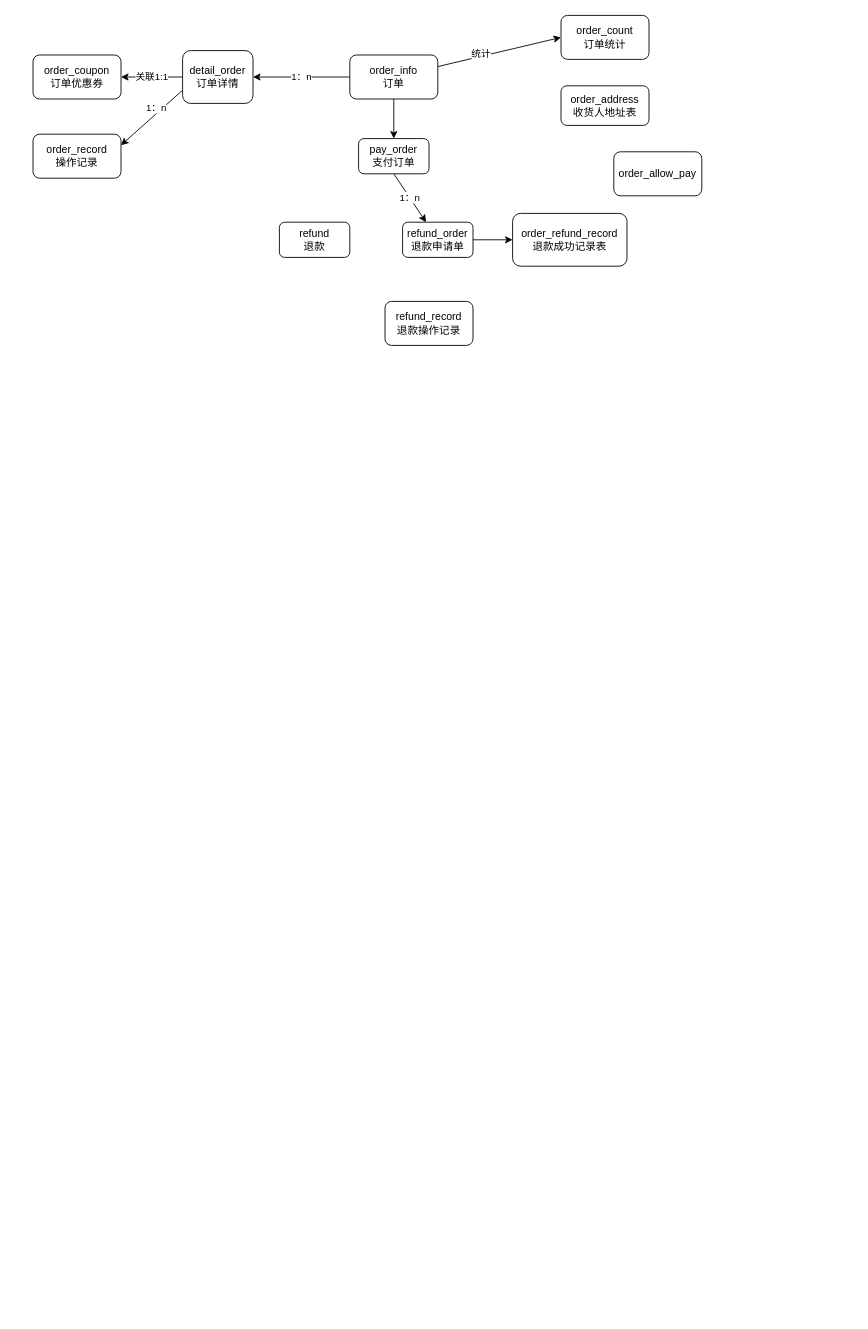
Above: work/order-center.drawio in yoghurt326/Myprocess (draw.io), before the change. Source tidied: cells renumbered, new cells numbered last; positions are measured from the earlier drawing's top-left corner, leaving out a move shared by most shapes. Both pictures are drawn from the tidied source at 88%, with x=0, y=0 at pixel (33, 15).
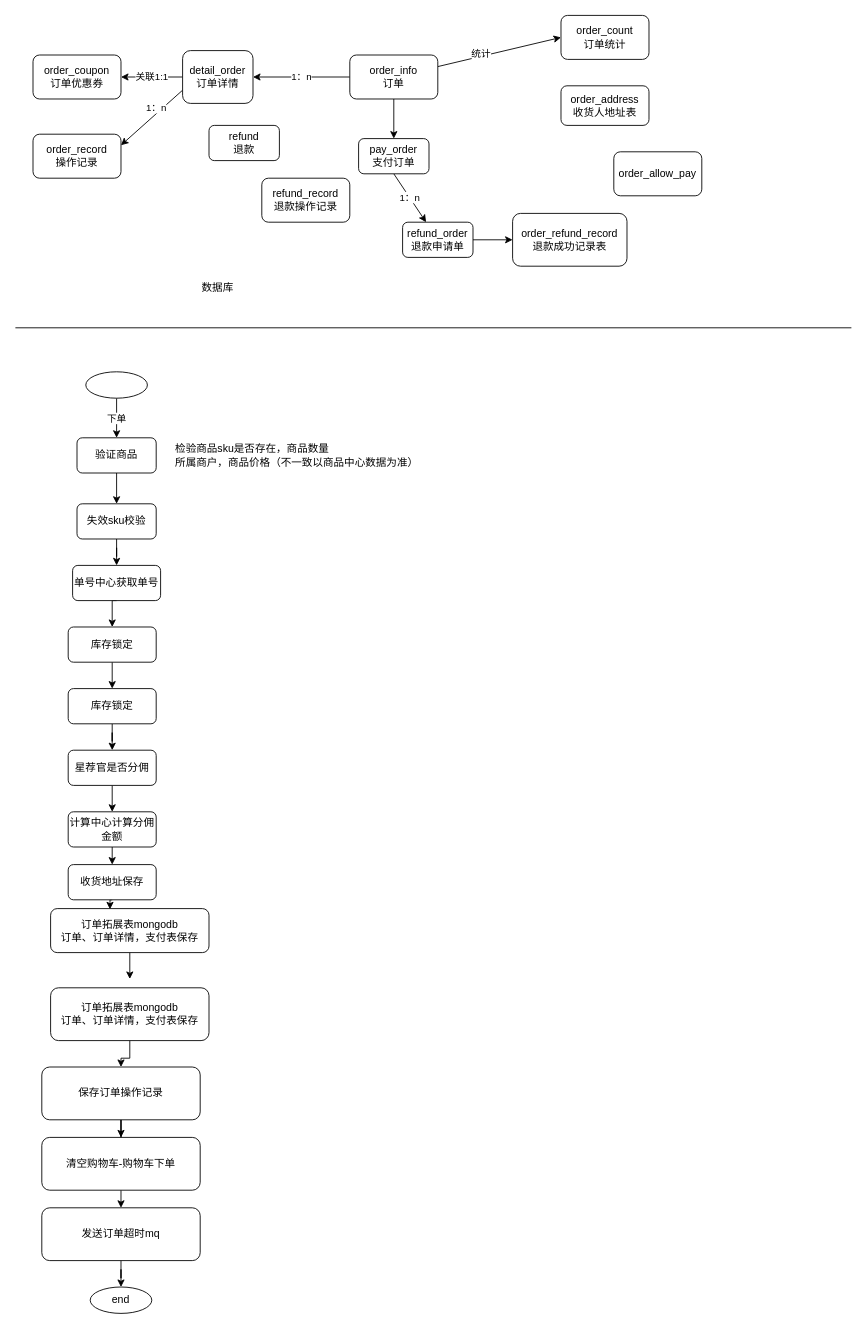
Above is the later version.

What changed in the source:
```diff
@@
     <mxCell id="18" value="refund&lt;br&gt;退款" style="rounded=1;whiteSpace=wrap;html=1;" parent="1" vertex="1">
-      <mxGeometry x="280" y="235" width="80" height="40" as="geometry" />
+      <mxGeometry x="200" y="125" width="80" height="40" as="geometry" />
     </mxCell>
@@
     <mxCell id="21" value="refund_record&lt;br&gt;退款操作记录" style="rounded=1;whiteSpace=wrap;html=1;" parent="1" vertex="1">
-      <mxGeometry x="400" y="325" width="100" height="50" as="geometry" />
+      <mxGeometry x="260" y="185" width="100" height="50" as="geometry" />
     </mxCell>
+    <mxCell id="22" style="endArrow=none;html=1;rounded=0;" parent="1" edge="1">
+      <mxGeometry relative="1" as="geometry">
+        <mxPoint x="-20" y="355" as="sourcePoint" />
+        <mxPoint x="930" y="355" as="targetPoint" />
+      </mxGeometry>
+    </mxCell>
+    <mxCell id="23" value="数据库" style="text;html=1;strokeColor=none;fillColor=none;align=center;verticalAlign=middle;whiteSpace=wrap;rounded=0;" parent="1" vertex="1">
+      <mxGeometry x="180" y="295" width="60" height="30" as="geometry" />
+    </mxCell>
+    <mxCell id="24" value="下单" style="edgeStyle=orthogonalEdgeStyle;rounded=0;jettySize=auto;html=1;exitX=0.5;exitY=1;exitDx=0;exitDy=0;" parent="1" edge="1" source="25" target="27">
+      <mxGeometry relative="1" as="geometry" />
+    </mxCell>
+    <mxCell id="25" style="ellipse;whiteSpace=wrap;html=1;" parent="1" vertex="1">
+      <mxGeometry x="60" y="405" width="70" height="30" as="geometry" />
+    </mxCell>
+    <mxCell id="26" style="edgeStyle=orthogonalEdgeStyle;rounded=0;jettySize=auto;html=1;exitX=0.5;exitY=1;exitDx=0;exitDy=0;entryX=0.5;entryY=0;entryDx=0;entryDy=0;" parent="1" edge="1" source="27" target="30">
+      <mxGeometry relative="1" as="geometry" />
+    </mxCell>
+    <mxCell id="27" value="验证商品" style="rounded=1;whiteSpace=wrap;html=1;" parent="1" vertex="1">
+      <mxGeometry x="50" y="480" width="90" height="40" as="geometry" />
+    </mxCell>
+    <mxCell id="28" value="&lt;div style=&quot;text-align: justify&quot;&gt;&lt;span&gt;检验商品sku是否存在，商品数量&lt;/span&gt;&lt;/div&gt;&lt;div style=&quot;text-align: justify&quot;&gt;&lt;span&gt;所属商户，商品价格（不一致以商品中心数据为准）&lt;/span&gt;&lt;/div&gt;" style="text;html=1;align=left;verticalAlign=middle;strokeColor=none;fillColor=none;" parent="1" vertex="1">
+      <mxGeometry x="160" y="485" width="290" height="30" as="geometry" />
+    </mxCell>
+    <mxCell id="29" style="edgeStyle=orthogonalEdgeStyle;rounded=0;jettySize=auto;html=1;exitX=0.5;exitY=1;exitDx=0;exitDy=0;" parent="1" edge="1" source="30" target="32">
+      <mxGeometry relative="1" as="geometry" />
+    </mxCell>
+    <mxCell id="30" value="失效sku校验" style="rounded=1;whiteSpace=wrap;html=1;" parent="1" vertex="1">
+      <mxGeometry x="50" y="555" width="90" height="40" as="geometry" />
+    </mxCell>
+    <mxCell id="31" style="edgeStyle=orthogonalEdgeStyle;rounded=0;jettySize=auto;html=1;exitX=0.5;exitY=1;exitDx=0;exitDy=0;entryX=0.5;entryY=0;entryDx=0;entryDy=0;" parent="1" edge="1" source="32" target="34">
+      <mxGeometry relative="1" as="geometry" />
+    </mxCell>
+    <mxCell id="32" value="单号中心获取单号" style="rounded=1;whiteSpace=wrap;html=1;" parent="1" vertex="1">
+      <mxGeometry x="45" y="625" width="100" height="40" as="geometry" />
+    </mxCell>
+    <mxCell id="33" style="edgeStyle=orthogonalEdgeStyle;rounded=0;jettySize=auto;html=1;exitX=0.5;exitY=1;exitDx=0;exitDy=0;entryX=0.5;entryY=0;entryDx=0;entryDy=0;" parent="1" edge="1" source="34" target="36">
+      <mxGeometry relative="1" as="geometry" />
+    </mxCell>
+    <mxCell id="34" value="库存锁定" style="rounded=1;whiteSpace=wrap;html=1;" parent="1" vertex="1">
+      <mxGeometry x="40" y="695" width="100" height="40" as="geometry" />
+    </mxCell>
+    <mxCell id="35" style="edgeStyle=orthogonalEdgeStyle;rounded=0;jettySize=auto;html=1;exitX=0.5;exitY=1;exitDx=0;exitDy=0;" parent="1" edge="1" source="36" target="38">
+      <mxGeometry relative="1" as="geometry" />
+    </mxCell>
+    <mxCell id="36" value="库存锁定" style="rounded=1;whiteSpace=wrap;html=1;" parent="1" vertex="1">
+      <mxGeometry x="40" y="765" width="100" height="40" as="geometry" />
+    </mxCell>
+    <mxCell id="37" style="edgeStyle=orthogonalEdgeStyle;rounded=0;jettySize=auto;html=1;" parent="1" edge="1" source="38">
+      <mxGeometry relative="1" as="geometry">
+        <mxPoint x="90" y="905" as="targetPoint" />
+      </mxGeometry>
+    </mxCell>
+    <mxCell id="38" value="星荐官是否分佣" style="rounded=1;whiteSpace=wrap;html=1;" parent="1" vertex="1">
+      <mxGeometry x="40" y="835" width="100" height="40" as="geometry" />
+    </mxCell>
+    <mxCell id="39" style="edgeStyle=orthogonalEdgeStyle;rounded=0;jettySize=auto;html=1;exitX=0.5;exitY=1;exitDx=0;exitDy=0;entryX=0.5;entryY=0;entryDx=0;entryDy=0;" parent="1" edge="1" source="40" target="42">
+      <mxGeometry relative="1" as="geometry" />
+    </mxCell>
+    <mxCell id="40" value="计算中心计算分佣金额" style="rounded=1;whiteSpace=wrap;html=1;" parent="1" vertex="1">
+      <mxGeometry x="40" y="905" width="100" height="40" as="geometry" />
+    </mxCell>
+    <mxCell id="41" style="edgeStyle=orthogonalEdgeStyle;rounded=0;jettySize=auto;html=1;exitX=0.5;exitY=1;exitDx=0;exitDy=0;entryX=0.375;entryY=0.017;entryDx=0;entryDy=0;entryPerimeter=0;" parent="1" edge="1" source="42" target="44">
+      <mxGeometry relative="1" as="geometry" />
+    </mxCell>
+    <mxCell id="42" value="收货地址保存" style="rounded=1;whiteSpace=wrap;html=1;" parent="1" vertex="1">
+      <mxGeometry x="40" y="965" width="100" height="40" as="geometry" />
+    </mxCell>
+    <mxCell id="43" style="edgeStyle=orthogonalEdgeStyle;rounded=0;jettySize=auto;html=1;exitX=0.5;exitY=1;exitDx=0;exitDy=0;" parent="1" edge="1" source="44">
+      <mxGeometry relative="1" as="geometry">
+        <mxPoint x="110" y="1095" as="targetPoint" />
+      </mxGeometry>
+    </mxCell>
+    <mxCell id="44" value="订单拓展表mongodb&lt;br&gt;订单、订单详情，支付表保存" style="rounded=1;whiteSpace=wrap;html=1;" parent="1" vertex="1">
+      <mxGeometry x="20" y="1015" width="180" height="50" as="geometry" />
+    </mxCell>
+    <mxCell id="45" style="edgeStyle=orthogonalEdgeStyle;rounded=0;jettySize=auto;html=1;exitX=0.5;exitY=1;exitDx=0;exitDy=0;" parent="1" edge="1" source="46" target="48">
+      <mxGeometry relative="1" as="geometry" />
+    </mxCell>
+    <mxCell id="46" value="订单拓展表mongodb&lt;br&gt;订单、订单详情，支付表保存" style="rounded=1;whiteSpace=wrap;html=1;" parent="1" vertex="1">
+      <mxGeometry x="20" y="1105" width="180" height="60" as="geometry" />
+    </mxCell>
+    <mxCell id="47" style="edgeStyle=orthogonalEdgeStyle;rounded=0;jettySize=auto;html=1;exitX=0.5;exitY=1;exitDx=0;exitDy=0;" parent="1" edge="1" source="48" target="50">
+      <mxGeometry relative="1" as="geometry" />
+    </mxCell>
+    <mxCell id="48" value="保存订单操作记录" style="rounded=1;whiteSpace=wrap;html=1;" parent="1" vertex="1">
+      <mxGeometry x="10" y="1195" width="180" height="60" as="geometry" />
+    </mxCell>
+    <mxCell id="49" style="edgeStyle=orthogonalEdgeStyle;rounded=0;jettySize=auto;html=1;exitX=0.5;exitY=1;exitDx=0;exitDy=0;entryX=0.5;entryY=0;entryDx=0;entryDy=0;" parent="1" edge="1" source="50" target="52">
+      <mxGeometry relative="1" as="geometry" />
+    </mxCell>
+    <mxCell id="50" value="清空购物车-购物车下单" style="rounded=1;whiteSpace=wrap;html=1;" parent="1" vertex="1">
+      <mxGeometry x="10" y="1275" width="180" height="60" as="geometry" />
+    </mxCell>
+    <mxCell id="51" style="edgeStyle=orthogonalEdgeStyle;rounded=0;jettySize=auto;html=1;exitX=0.5;exitY=1;exitDx=0;exitDy=0;" parent="1" edge="1" source="52" target="53">
+      <mxGeometry relative="1" as="geometry" />
+    </mxCell>
+    <mxCell id="52" value="发送订单超时mq" style="rounded=1;whiteSpace=wrap;html=1;" parent="1" vertex="1">
+      <mxGeometry x="10" y="1355" width="180" height="60" as="geometry" />
+    </mxCell>
+    <mxCell id="53" value="end" style="ellipse;whiteSpace=wrap;html=1;" parent="1" vertex="1">
+      <mxGeometry x="65" y="1445" width="70" height="30" as="geometry" />
+    </mxCell>
```
